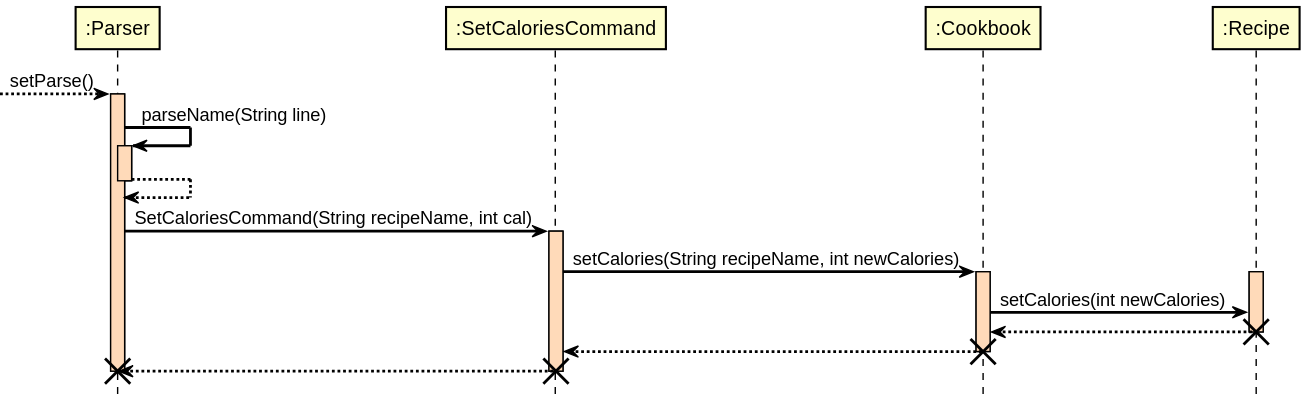
The PlantUML diagram docs/RenderedUML/SetCalories.svg in nus-cs2113-AY2122S1/tp, before a commit. Its diagram source:
```plantuml
@startuml

hide footbox

!include Style.puml
skinparam sequence {
ParticipantBorderColor black
LifeLineBorderColor black
LifeLineBackgroundColor peachpuff
}

skinparam sequenceArrowColor black

--> ":Parser": setParse()
activate ":Parser"

":Parser" -> ":Parser": parseName(String line)
activate ":Parser"

":Parser" --> ":Parser"
deactivate ":Parser"

":Parser" -> ":SetCaloriesCommand": SetCaloriesCommand(String recipeName, int cal)
activate ":SetCaloriesCommand"

":SetCaloriesCommand" -> ":Cookbook" : setCalories(String recipeName, int newCalories)
activate ":Cookbook"

activate ":Recipe"
":Cookbook" -> ":Recipe": setCalories(int newCalories)

":Recipe" --> ":Cookbook"
destroy ":Recipe"

":Cookbook" --> ":SetCaloriesCommand"
destroy ":Cookbook"

":SetCaloriesCommand" --> ":Parser"
destroy ":SetCaloriesCommand"

destroy ":Parser"





@enduml
```
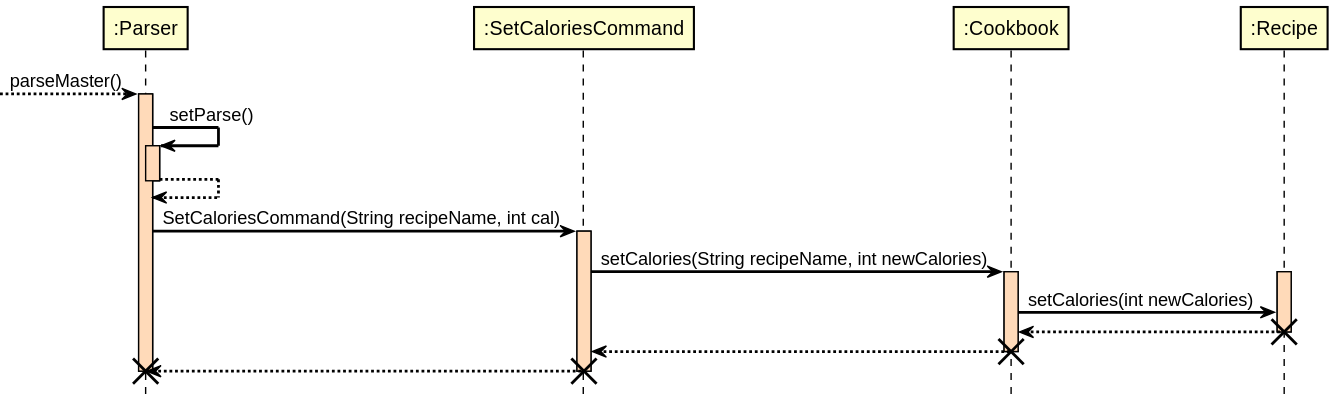
Above is the later version.

What changed in the source:
```diff
@@ -11,14 +11,17 @@
 
 skinparam sequenceArrowColor black
 
---> ":Parser": setParse()
+--> ":Parser": parseMaster()
 activate ":Parser"
 
-":Parser" -> ":Parser": parseName(String line)
+":Parser" -> ":Parser": setParse()
 activate ":Parser"
 
 ":Parser" --> ":Parser"
 deactivate ":Parser"
+
+
+
 
 ":Parser" -> ":SetCaloriesCommand": SetCaloriesCommand(String recipeName, int cal)
 activate ":SetCaloriesCommand"
```
